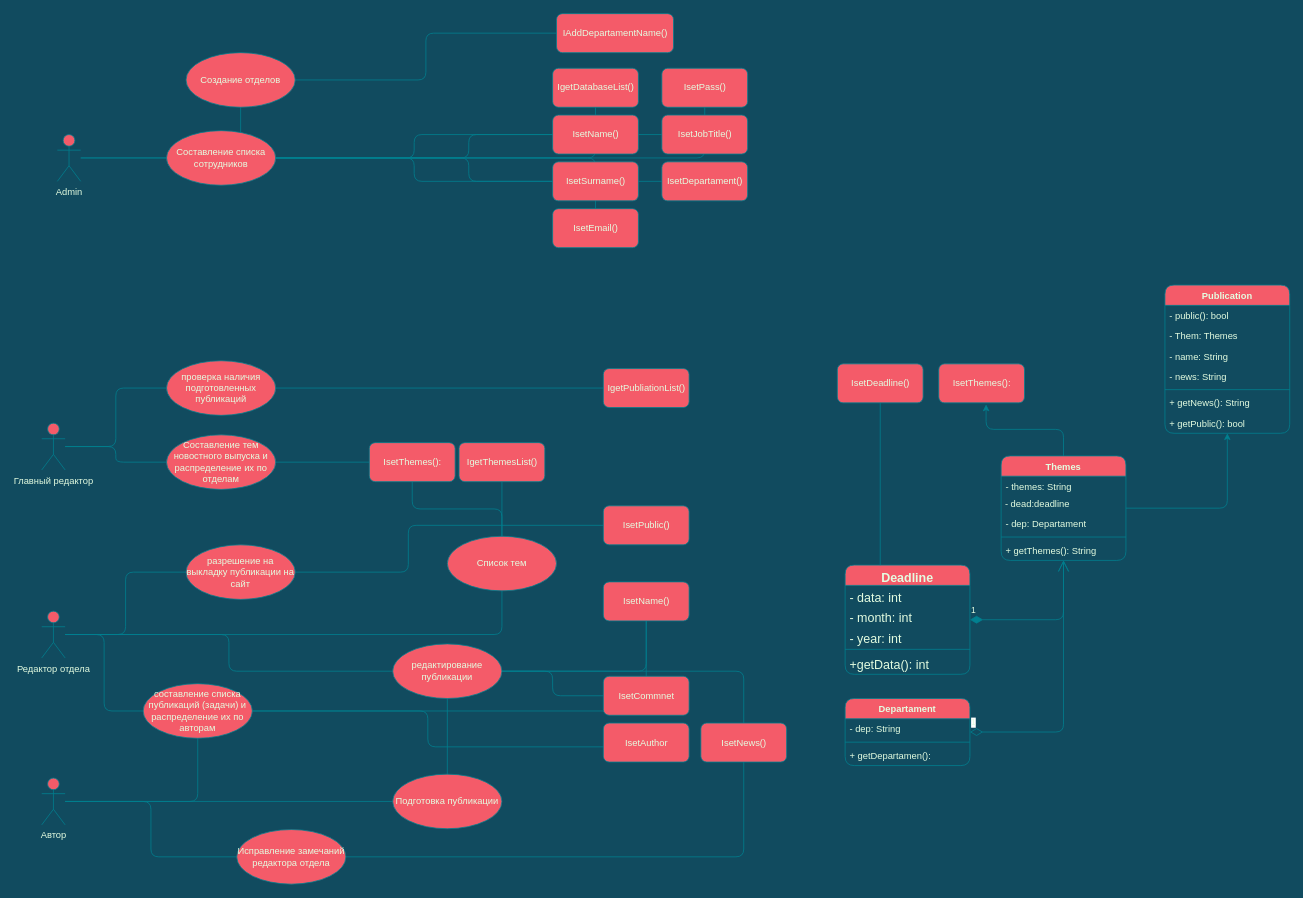
This is page "Page-1" (1 of 2) of Kursovaya_UML.drawio from mesor21/cursovaya-web-site, a draw.io file, before an edit. Source tidied: cells renumbered, new cells numbered last; positions are measured from the earlier drawing's top-left corner, leaving out a move shared by most shapes. Both pictures are drawn from the tidied source at 78%, with x=0, y=0 at pixel (41, 13).
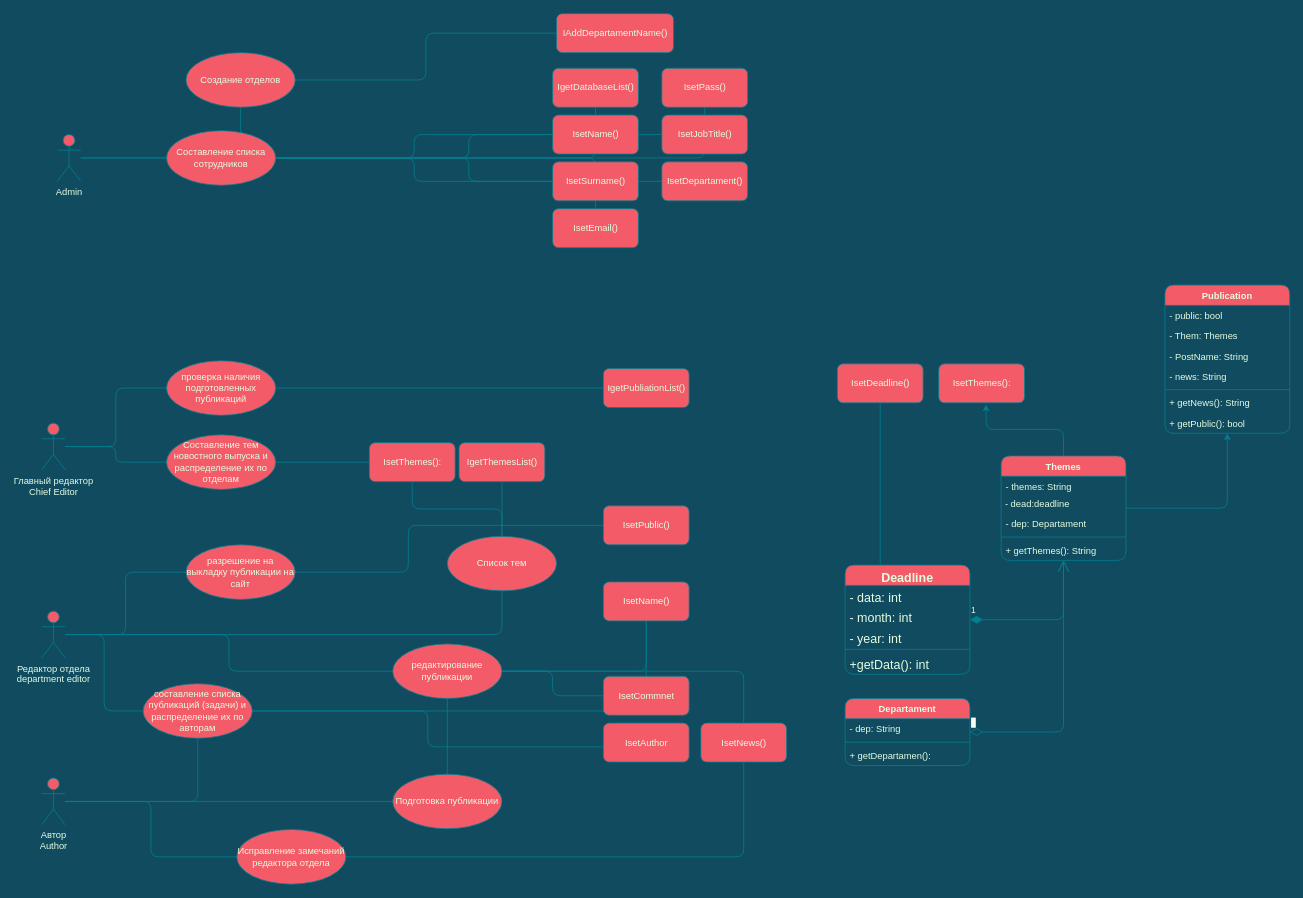
After the change.

The change refers to these unchanged cells:
```xml
<mxCell id="10" value="Publication" style="swimlane;fontStyle=1;align=center;verticalAlign=top;horizontal=1;startSize=26;strokeColor=#028090;fontColor=#E4FDE1;fillColor=#F45B69;rounded=1;" parent="1" vertex="1">
  <mxGeometry x="1440" y="348" width="160" height="190" as="geometry" />
</mxCell>
```

Diff of the diagram source:
```diff
@@
-    <mxCell id="11" value="- public(): bool " style="text;strokeColor=none;fillColor=none;align=left;verticalAlign=top;spacingLeft=4;spacingRight=4;overflow=hidden;fontColor=#E4FDE1;rounded=1;" parent="10" vertex="1">
+    <mxCell id="11" value="- public: bool " style="text;strokeColor=none;fillColor=none;align=left;verticalAlign=top;spacingLeft=4;spacingRight=4;overflow=hidden;fontColor=#E4FDE1;rounded=1;" parent="10" vertex="1">
       <mxGeometry y="26" width="160" height="26" as="geometry" />
     </mxCell>
@@
-    <mxCell id="13" value="- name: String " style="text;strokeColor=none;fillColor=none;align=left;verticalAlign=top;spacingLeft=4;spacingRight=4;overflow=hidden;fontColor=#E4FDE1;rounded=1;" parent="10" vertex="1">
+    <mxCell id="13" value="- PostName: String " style="text;strokeColor=none;fillColor=none;align=left;verticalAlign=top;spacingLeft=4;spacingRight=4;overflow=hidden;fontColor=#E4FDE1;rounded=1;" parent="10" vertex="1">
       <mxGeometry y="78" width="160" height="26" as="geometry" />
     </mxCell>
@@
-    <mxCell id="21" value="Главный редактор" style="shape=umlActor;verticalLabelPosition=bottom;verticalAlign=top;html=1;strokeColor=#028090;fontColor=#E4FDE1;fillColor=#F45B69;rounded=1;" parent="1" vertex="1">
+    <mxCell id="21" value="Главный редактор&lt;br&gt;Chief Editor" style="shape=umlActor;verticalLabelPosition=bottom;verticalAlign=top;html=1;strokeColor=#028090;fontColor=#E4FDE1;fillColor=#F45B69;rounded=1;" parent="1" vertex="1">
       <mxGeometry y="525" width="30" height="60" as="geometry" />
     </mxCell>
@@
-    <mxCell id="38" value="Редактор отдела" style="shape=umlActor;verticalLabelPosition=bottom;verticalAlign=top;html=1;fillColor=#F45B69;strokeColor=#028090;fontColor=#E4FDE1;rounded=1;" parent="1" vertex="1">
+    <mxCell id="38" value="Редактор отдела&lt;br&gt;department editor" style="shape=umlActor;verticalLabelPosition=bottom;verticalAlign=top;html=1;fillColor=#F45B69;strokeColor=#028090;fontColor=#E4FDE1;rounded=1;" parent="1" vertex="1">
       <mxGeometry y="766" width="30" height="60" as="geometry" />
     </mxCell>
@@
-    <mxCell id="52" value="Автор" style="shape=umlActor;verticalLabelPosition=bottom;verticalAlign=top;html=1;strokeColor=#028090;fontColor=#E4FDE1;fillColor=#F45B69;rounded=1;" parent="1" vertex="1">
+    <mxCell id="52" value="Автор&lt;br&gt;Author" style="shape=umlActor;verticalLabelPosition=bottom;verticalAlign=top;html=1;strokeColor=#028090;fontColor=#E4FDE1;fillColor=#F45B69;rounded=1;" parent="1" vertex="1">
       <mxGeometry y="980" width="30" height="60" as="geometry" />
     </mxCell>
```
